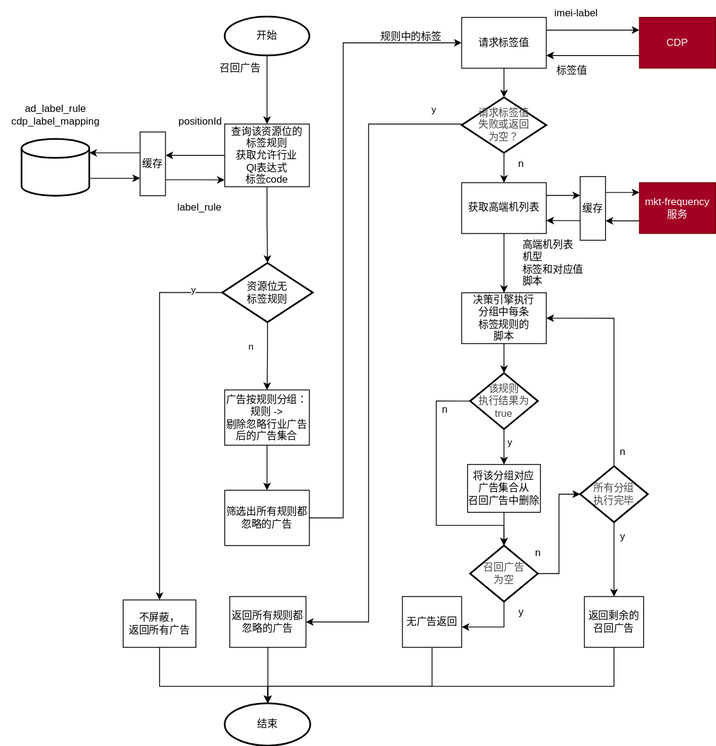
This is 标签频控.svg from WorryFreeCafe/diagram, a draw.io export, as it was before one commit. Source tidied: cells renumbered, new cells last; positions are measured from the earlier drawing's top-left corner, leaving out a move shared by most shapes.
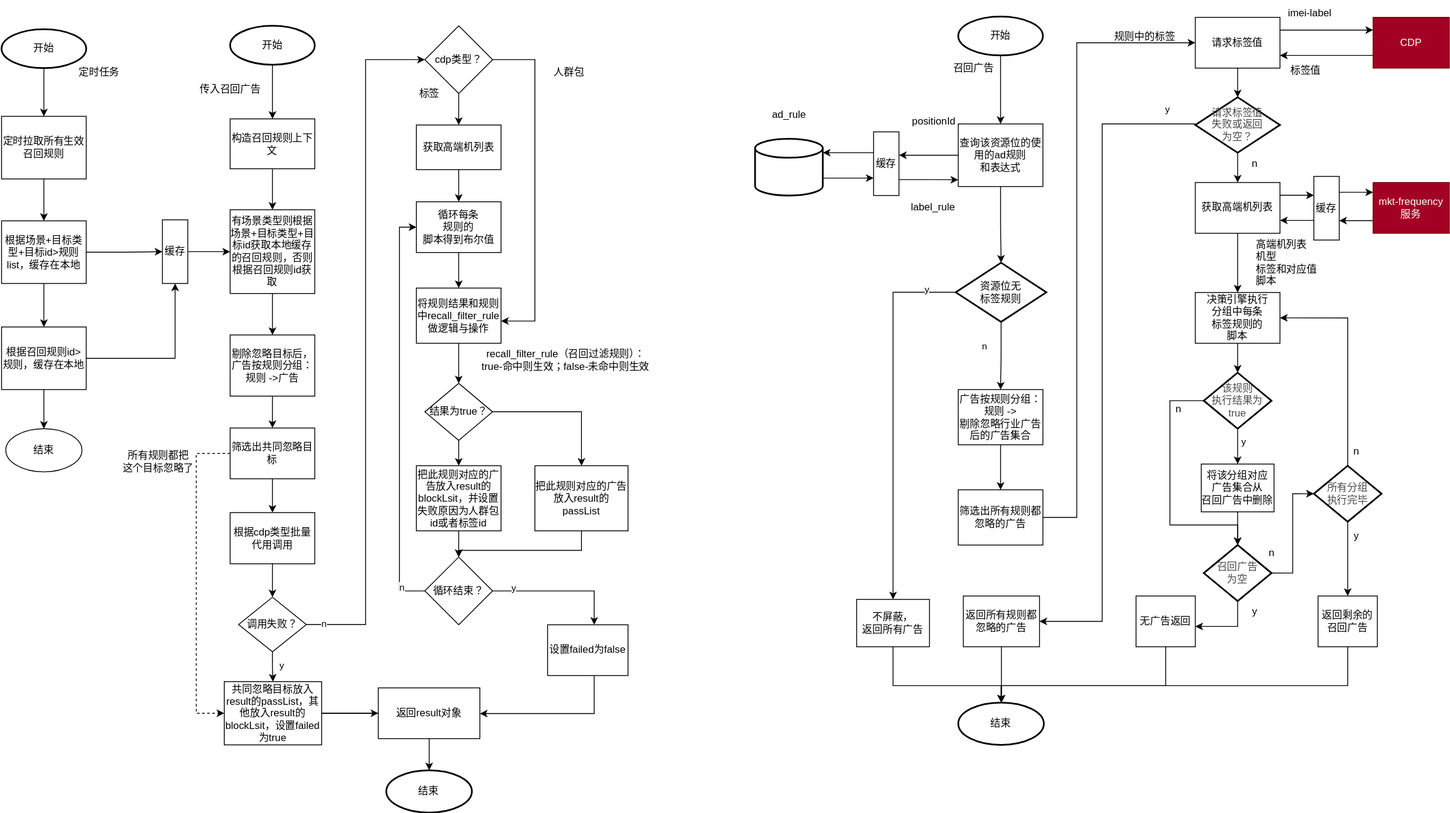
After the commit.

Commit message:
更新标签频控.svg

Change to the diagram source:
```diff
@@ -10,7 +10,7 @@
         <mxPoint x="-19" as="offset" />
       </mxGeometry>
     </mxCell>
-    <mxCell id="4" value="查询该资源位的&lt;br&gt;标签规则&lt;br&gt;获取允许行业&lt;br&gt;Ql表达式&lt;br&gt;标签code" style="rounded=0;whiteSpace=wrap;html=1;" parent="1" vertex="1">
+    <mxCell id="4" value="查询该资源位的使用的ad规则&lt;br&gt;和表达式" style="rounded=0;whiteSpace=wrap;html=1;" parent="1" vertex="1">
       <mxGeometry x="265" y="146" width="100" height="74" as="geometry" />
     </mxCell>
     <mxCell id="5" style="edgeStyle=orthogonalEdgeStyle;rounded=0;jettySize=auto;html=1;" parent="1" edge="1" source="6" target="4">
@@ -159,8 +159,8 @@
     <mxCell id="42" value="返回所有规则都&lt;br&gt;忽略的广告" style="whiteSpace=wrap;html=1;" parent="1" vertex="1">
       <mxGeometry x="271" y="704" width="90" height="60" as="geometry" />
     </mxCell>
-    <mxCell id="43" value="&lt;span style=&quot;white-space: normal;&quot;&gt;ad_label_rule&lt;/span&gt;&lt;br style=&quot;white-space: normal;&quot;&gt;&lt;span style=&quot;white-space: normal;&quot;&gt;cdp_label_mapping&lt;/span&gt;" style="text;html=1;align=center;verticalAlign=middle;strokeColor=none;fillColor=none;" parent="1" vertex="1">
-      <mxGeometry y="115.4" width="130" height="40" as="geometry" />
+    <mxCell id="43" value="&lt;span style=&quot;white-space: normal;&quot;&gt;ad_rule&lt;/span&gt;" style="text;html=1;align=center;verticalAlign=middle;strokeColor=none;fillColor=none;" parent="1" vertex="1">
+      <mxGeometry x="35" y="120.4" width="60" height="30" as="geometry" />
     </mxCell>
     <mxCell id="44" style="edgeStyle=orthogonalEdgeStyle;rounded=0;jettySize=auto;html=1;" parent="1" edge="1" source="46" target="40">
       <mxGeometry relative="1" as="geometry" />
@@ -297,5 +297,228 @@
         </Array>
       </mxGeometry>
     </mxCell>
+    <mxCell id="75" style="edgeStyle=orthogonalEdgeStyle;rounded=0;jettySize=auto;html=1;" parent="1" edge="1" source="76" target="81">
+      <mxGeometry relative="1" as="geometry" />
+    </mxCell>
+    <mxCell id="76" value="构造召回规则上下文" style="rounded=0;whiteSpace=wrap;html=1;" parent="1" vertex="1">
+      <mxGeometry x="-595" y="140" width="100" height="59" as="geometry" />
+    </mxCell>
+    <mxCell id="77" style="edgeStyle=orthogonalEdgeStyle;rounded=0;jettySize=auto;html=1;" parent="1" edge="1" source="78" target="76">
+      <mxGeometry relative="1" as="geometry" />
+    </mxCell>
+    <mxCell id="78" value="开始" style="strokeWidth=2;html=1;shape=mxgraph.flowchart.start_1;whiteSpace=wrap;" parent="1" vertex="1">
+      <mxGeometry x="-595" y="30" width="100" height="46" as="geometry" />
+    </mxCell>
+    <mxCell id="79" value="传入召回广告" style="text;html=1;align=center;verticalAlign=middle;strokeColor=none;fillColor=none;" parent="1" vertex="1">
+      <mxGeometry x="-645" y="90.4" width="100" height="30" as="geometry" />
+    </mxCell>
+    <mxCell id="80" style="edgeStyle=orthogonalEdgeStyle;rounded=0;jettySize=auto;html=1;" parent="1" edge="1" source="81" target="92">
+      <mxGeometry relative="1" as="geometry" />
+    </mxCell>
+    <mxCell id="81" value="有场景类型则根据场景+目标类型+目标id获取本地缓存的召回规则，否则根据召回规则id获取" style="rounded=0;whiteSpace=wrap;html=1;" parent="1" vertex="1">
+      <mxGeometry x="-595" y="247.4" width="100" height="99" as="geometry" />
+    </mxCell>
+    <mxCell id="82" style="edgeStyle=orthogonalEdgeStyle;rounded=0;jettySize=auto;html=1;" parent="1" edge="1" source="83" target="88">
+      <mxGeometry relative="1" as="geometry" />
+    </mxCell>
+    <mxCell id="83" value="定时拉取所有生效&lt;br&gt;召回规则" style="rounded=0;whiteSpace=wrap;html=1;" parent="1" vertex="1">
+      <mxGeometry x="-865" y="137" width="100" height="74" as="geometry" />
+    </mxCell>
+    <mxCell id="84" style="edgeStyle=orthogonalEdgeStyle;rounded=0;jettySize=auto;html=1;" parent="1" edge="1" source="85" target="83">
+      <mxGeometry relative="1" as="geometry" />
+    </mxCell>
+    <mxCell id="85" value="开始" style="strokeWidth=2;html=1;shape=mxgraph.flowchart.start_1;whiteSpace=wrap;" parent="1" vertex="1">
+      <mxGeometry x="-865" y="34" width="100" height="46" as="geometry" />
+    </mxCell>
+    <mxCell id="86" style="edgeStyle=orthogonalEdgeStyle;rounded=0;jettySize=auto;html=1;entryX=0.5;entryY=0;entryDx=0;entryDy=0;" parent="1" edge="1" source="88" target="91">
+      <mxGeometry relative="1" as="geometry" />
+    </mxCell>
+    <mxCell id="87" style="edgeStyle=orthogonalEdgeStyle;rounded=0;jettySize=auto;html=1;" parent="1" edge="1" source="88" target="94">
+      <mxGeometry relative="1" as="geometry" />
+    </mxCell>
+    <mxCell id="88" value="根据场景+目标类型+目标id&amp;gt;规则list，缓存在本地" style="rounded=0;whiteSpace=wrap;html=1;" parent="1" vertex="1">
+      <mxGeometry x="-865" y="260.6" width="100" height="74" as="geometry" />
+    </mxCell>
+    <mxCell id="89" style="edgeStyle=orthogonalEdgeStyle;rounded=0;jettySize=auto;html=1;" parent="1" edge="1" source="91" target="128">
+      <mxGeometry relative="1" as="geometry" />
+    </mxCell>
+    <mxCell id="90" style="edgeStyle=orthogonalEdgeStyle;rounded=0;jettySize=auto;html=1;" parent="1" edge="1" source="91" target="94">
+      <mxGeometry relative="1" as="geometry" />
+    </mxCell>
+    <mxCell id="91" value="根据召回规则id&amp;gt;规则，缓存在本地" style="rounded=0;whiteSpace=wrap;html=1;" parent="1" vertex="1">
+      <mxGeometry x="-865" y="386" width="100" height="74" as="geometry" />
+    </mxCell>
+    <mxCell id="92" value="剔除忽略目标后，&lt;br&gt;广告按规则分组：&lt;br&gt;规则 -&amp;gt;广告" style="rounded=0;whiteSpace=wrap;html=1;" parent="1" vertex="1">
+      <mxGeometry x="-595" y="395.5" width="100" height="72.3" as="geometry" />
+    </mxCell>
+    <mxCell id="93" style="edgeStyle=orthogonalEdgeStyle;rounded=0;jettySize=auto;html=1;" parent="1" edge="1" source="94" target="81">
+      <mxGeometry relative="1" as="geometry" />
+    </mxCell>
+    <mxCell id="94" value="缓存" style="rounded=0;whiteSpace=wrap;html=1;" parent="1" vertex="1">
+      <mxGeometry x="-675" y="259.3" width="30" height="75.2" as="geometry" />
+    </mxCell>
+    <mxCell id="95" style="edgeStyle=orthogonalEdgeStyle;rounded=0;jettySize=auto;html=1;entryX=0.5;entryY=0;entryDx=0;entryDy=0;" parent="1" edge="1" source="97" target="101">
+      <mxGeometry relative="1" as="geometry" />
+    </mxCell>
+    <mxCell id="96" style="edgeStyle=orthogonalEdgeStyle;rounded=0;jettySize=auto;html=1;entryX=0;entryY=0.5;entryDx=0;entryDy=0;dashed=1;" parent="1" edge="1" source="97" target="110">
+      <mxGeometry relative="1" as="geometry">
+        <Array as="points">
+          <mxPoint x="-635" y="536" />
+          <mxPoint x="-635" y="843" />
+        </Array>
+      </mxGeometry>
+    </mxCell>
+    <mxCell id="97" value="筛选出共同忽略目标" style="rounded=0;whiteSpace=wrap;html=1;" parent="1" vertex="1">
+      <mxGeometry x="-595" y="505.5" width="100" height="60" as="geometry" />
+    </mxCell>
+    <mxCell id="98" style="edgeStyle=orthogonalEdgeStyle;rounded=0;jettySize=auto;html=1;entryX=0;entryY=0.5;entryDx=0;entryDy=0;" parent="1" edge="1" source="108" target="104">
+      <mxGeometry relative="1" as="geometry" />
+    </mxCell>
+    <mxCell id="99" value="n" style="edgeLabel;html=1;align=center;verticalAlign=middle;" parent="98" vertex="1">
+      <mxGeometry x="-0.95" y="1" relative="1" as="geometry" />
+    </mxCell>
+    <mxCell id="100" style="edgeStyle=orthogonalEdgeStyle;rounded=0;jettySize=auto;html=1;" parent="1" edge="1" source="101" target="108">
+      <mxGeometry relative="1" as="geometry" />
+    </mxCell>
+    <mxCell id="101" value="根据cdp类型批量代用调用" style="rounded=0;whiteSpace=wrap;html=1;" parent="1" vertex="1">
+      <mxGeometry x="-595" y="605.5" width="100" height="60.4" as="geometry" />
+    </mxCell>
+    <mxCell id="102" style="edgeStyle=orthogonalEdgeStyle;rounded=0;jettySize=auto;html=1;" parent="1" edge="1" source="104" target="114">
+      <mxGeometry relative="1" as="geometry" />
+    </mxCell>
+    <mxCell id="103" style="edgeStyle=orthogonalEdgeStyle;rounded=0;jettySize=auto;html=1;exitX=1;exitY=0.5;exitDx=0;exitDy=0;" parent="1" edge="1" source="104" target="119">
+      <mxGeometry relative="1" as="geometry">
+        <Array as="points">
+          <mxPoint x="-235" y="70" />
+          <mxPoint x="-235" y="379" />
+        </Array>
+      </mxGeometry>
+    </mxCell>
+    <mxCell id="104" value="cdp类型？" style="rhombus;whiteSpace=wrap;html=1;" parent="1" vertex="1">
+      <mxGeometry x="-365" y="30" width="80" height="80" as="geometry" />
+    </mxCell>
+    <mxCell id="105" style="edgeStyle=orthogonalEdgeStyle;rounded=0;jettySize=auto;html=1;" parent="1" edge="1" source="92" target="97">
+      <mxGeometry relative="1" as="geometry" />
+    </mxCell>
+    <mxCell id="106" style="edgeStyle=orthogonalEdgeStyle;rounded=0;jettySize=auto;html=1;" parent="1" edge="1" source="108" target="110">
+      <mxGeometry relative="1" as="geometry" />
+    </mxCell>
+    <mxCell id="107" value="y" style="edgeLabel;html=1;align=center;verticalAlign=middle;" parent="106" vertex="1">
+      <mxGeometry x="-0.15" y="10" relative="1" as="geometry" />
+    </mxCell>
+    <mxCell id="108" value="调用失败？" style="rhombus;whiteSpace=wrap;html=1;rounded=0;" parent="1" vertex="1">
+      <mxGeometry x="-585" y="705.5" width="80" height="64.5" as="geometry" />
+    </mxCell>
+    <mxCell id="109" style="edgeStyle=orthogonalEdgeStyle;rounded=0;jettySize=auto;html=1;entryX=0;entryY=0.5;entryDx=0;entryDy=0;" parent="1" edge="1" source="110" target="129">
+      <mxGeometry relative="1" as="geometry" />
+    </mxCell>
+    <mxCell id="110" value="共同忽略目标放入result的passList，其他放入result的blockLsit，设置failed为true" style="whiteSpace=wrap;html=1;" parent="1" vertex="1">
+      <mxGeometry x="-602" y="805.2" width="115" height="74.8" as="geometry" />
+    </mxCell>
+    <mxCell id="111" value="结束" style="strokeWidth=2;html=1;shape=mxgraph.flowchart.start_1;whiteSpace=wrap;" parent="1" vertex="1">
+      <mxGeometry x="-410.5" y="910" width="101.1" height="50" as="geometry" />
+    </mxCell>
+    <mxCell id="112" style="edgeStyle=orthogonalEdgeStyle;rounded=0;jettySize=auto;html=1;" parent="1" edge="1" source="110" target="111">
+      <mxGeometry relative="1" as="geometry" />
+    </mxCell>
+    <mxCell id="113" value="标签" style="text;html=1;align=center;verticalAlign=middle;strokeColor=none;fillColor=none;" parent="1" vertex="1">
+      <mxGeometry x="-385" y="95" width="50" height="30" as="geometry" />
+    </mxCell>
+    <mxCell id="114" value="获取高端机列表" style="rounded=0;whiteSpace=wrap;html=1;" parent="1" vertex="1">
+      <mxGeometry x="-375" y="147.2" width="100" height="52.8" as="geometry" />
+    </mxCell>
+    <mxCell id="115" style="edgeStyle=orthogonalEdgeStyle;rounded=0;jettySize=auto;html=1;" parent="1" edge="1" source="116" target="119">
+      <mxGeometry relative="1" as="geometry" />
+    </mxCell>
+    <mxCell id="116" value="&lt;div&gt;循环每条&lt;br&gt;规则的&lt;br&gt;脚本得到布尔值&lt;/div&gt;" style="rounded=0;whiteSpace=wrap;html=1;" parent="1" vertex="1">
+      <mxGeometry x="-375" y="238" width="100" height="60" as="geometry" />
+    </mxCell>
+    <mxCell id="117" style="edgeStyle=orthogonalEdgeStyle;rounded=0;jettySize=auto;html=1;" parent="1" edge="1" source="114" target="116">
+      <mxGeometry relative="1" as="geometry" />
+    </mxCell>
+    <mxCell id="118" style="edgeStyle=orthogonalEdgeStyle;rounded=0;jettySize=auto;html=1;" parent="1" edge="1" source="119" target="125">
+      <mxGeometry relative="1" as="geometry" />
+    </mxCell>
+    <mxCell id="119" value="将规则结果和规则中recall_filter_rule做逻辑与操作" style="rounded=0;whiteSpace=wrap;html=1;" parent="1" vertex="1">
+      <mxGeometry x="-375" y="340" width="100" height="65.2" as="geometry" />
+    </mxCell>
+    <mxCell id="120" value="人群包" style="text;html=1;align=center;verticalAlign=middle;strokeColor=none;fillColor=none;" parent="1" vertex="1">
+      <mxGeometry x="-225" y="70" width="60" height="30" as="geometry" />
+    </mxCell>
+    <mxCell id="121" style="edgeStyle=orthogonalEdgeStyle;rounded=0;jettySize=auto;html=1;entryX=0.5;entryY=0;entryDx=0;entryDy=0;" parent="1" edge="1" source="122" target="133">
+      <mxGeometry relative="1" as="geometry">
+        <Array as="points">
+          <mxPoint x="-180" y="650" />
+          <mxPoint x="-325" y="650" />
+        </Array>
+      </mxGeometry>
+    </mxCell>
+    <mxCell id="122" value="把此规则对应的广告放入result的passList" style="whiteSpace=wrap;html=1;rounded=0;" parent="1" vertex="1">
+      <mxGeometry x="-235" y="550" width="110" height="77" as="geometry" />
+    </mxCell>
+    <mxCell id="123" style="edgeStyle=orthogonalEdgeStyle;rounded=0;jettySize=auto;html=1;" parent="1" edge="1" source="125" target="127">
+      <mxGeometry relative="1" as="geometry" />
+    </mxCell>
+    <mxCell id="124" style="edgeStyle=orthogonalEdgeStyle;rounded=0;jettySize=auto;html=1;" parent="1" edge="1" source="125" target="122">
+      <mxGeometry relative="1" as="geometry" />
+    </mxCell>
+    <mxCell id="125" value="结果为true？" style="rhombus;whiteSpace=wrap;html=1;rounded=0;" parent="1" vertex="1">
+      <mxGeometry x="-365" y="452.6" width="80" height="67.4" as="geometry" />
+    </mxCell>
+    <mxCell id="126" style="edgeStyle=orthogonalEdgeStyle;rounded=0;jettySize=auto;html=1;entryX=0.5;entryY=0;entryDx=0;entryDy=0;" parent="1" edge="1" source="127" target="133">
+      <mxGeometry relative="1" as="geometry" />
+    </mxCell>
+    <mxCell id="127" value="把此规则对应的广告放入result的blockLsit，并设置失败原因为人群包id或者标签id" style="whiteSpace=wrap;html=1;rounded=0;" parent="1" vertex="1">
+      <mxGeometry x="-375" y="550" width="100" height="77" as="geometry" />
+    </mxCell>
+    <mxCell id="128" value="结束" style="ellipse;whiteSpace=wrap;html=1;rounded=0;" parent="1" vertex="1">
+      <mxGeometry x="-860" y="506.2" width="90" height="51" as="geometry" />
+    </mxCell>
+    <mxCell id="129" value="返回result对象" style="whiteSpace=wrap;html=1;rounded=0;" parent="1" vertex="1">
+      <mxGeometry x="-420" y="812.6" width="120" height="60" as="geometry" />
+    </mxCell>
+    <mxCell id="130" style="edgeStyle=orthogonalEdgeStyle;rounded=0;jettySize=auto;html=1;" parent="1" edge="1" source="138" target="129">
+      <mxGeometry relative="1" as="geometry">
+        <Array as="points">
+          <mxPoint x="-165" y="843" />
+        </Array>
+      </mxGeometry>
+    </mxCell>
+    <mxCell id="131" style="edgeStyle=orthogonalEdgeStyle;rounded=0;jettySize=auto;html=1;entryX=0;entryY=0.5;entryDx=0;entryDy=0;" parent="1" edge="1" source="133" target="116">
+      <mxGeometry relative="1" as="geometry">
+        <Array as="points">
+          <mxPoint x="-395" y="698" />
+          <mxPoint x="-395" y="268" />
+        </Array>
+      </mxGeometry>
+    </mxCell>
+    <mxCell id="132" value="n" style="edgeLabel;html=1;align=center;verticalAlign=middle;" parent="131" vertex="1">
+      <mxGeometry x="-0.85" y="-2" relative="1" as="geometry" />
+    </mxCell>
+    <mxCell id="133" value="循环结束？" style="rhombus;whiteSpace=wrap;html=1;rounded=0;" parent="1" vertex="1">
+      <mxGeometry x="-365" y="658" width="80" height="80" as="geometry" />
+    </mxCell>
+    <mxCell id="134" value="定时任务" style="text;html=1;align=center;verticalAlign=middle;strokeColor=none;fillColor=none;" parent="1" vertex="1">
+      <mxGeometry x="-785" y="70" width="70" height="30" as="geometry" />
+    </mxCell>
+    <mxCell id="135" value="recall_filter_rule（召回过滤规则）：&lt;br&gt;true-命中则生效；false-未命中则生效" style="text;html=1;align=center;verticalAlign=middle;strokeColor=none;fillColor=none;" parent="1" vertex="1">
+      <mxGeometry x="-309.4" y="405.2" width="220" height="40" as="geometry" />
+    </mxCell>
+    <mxCell id="136" style="edgeStyle=orthogonalEdgeStyle;rounded=0;jettySize=auto;html=1;" parent="1" edge="1" source="133" target="138">
+      <mxGeometry relative="1" as="geometry">
+        <Array as="points">
+          <mxPoint x="-165" y="698" />
+        </Array>
+      </mxGeometry>
+    </mxCell>
+    <mxCell id="137" value="y" style="edgeLabel;html=1;align=center;verticalAlign=middle;" parent="136" vertex="1">
+      <mxGeometry x="-0.7" y="4" relative="1" as="geometry" />
+    </mxCell>
+    <mxCell id="138" value="设置failed为false" style="whiteSpace=wrap;html=1;rounded=0;" parent="1" vertex="1">
+      <mxGeometry x="-220" y="738" width="95" height="60" as="geometry" />
+    </mxCell>
+    <mxCell id="139" value="所有规则都把&lt;br&gt;这个目标忽略了" style="text;html=1;align=center;verticalAlign=middle;strokeColor=none;fillColor=none;" parent="1" vertex="1">
+      <mxGeometry x="-735" y="525.5" width="110" height="40" as="geometry" />
+    </mxCell>
   </root>
 </mxGraphModel>
```
